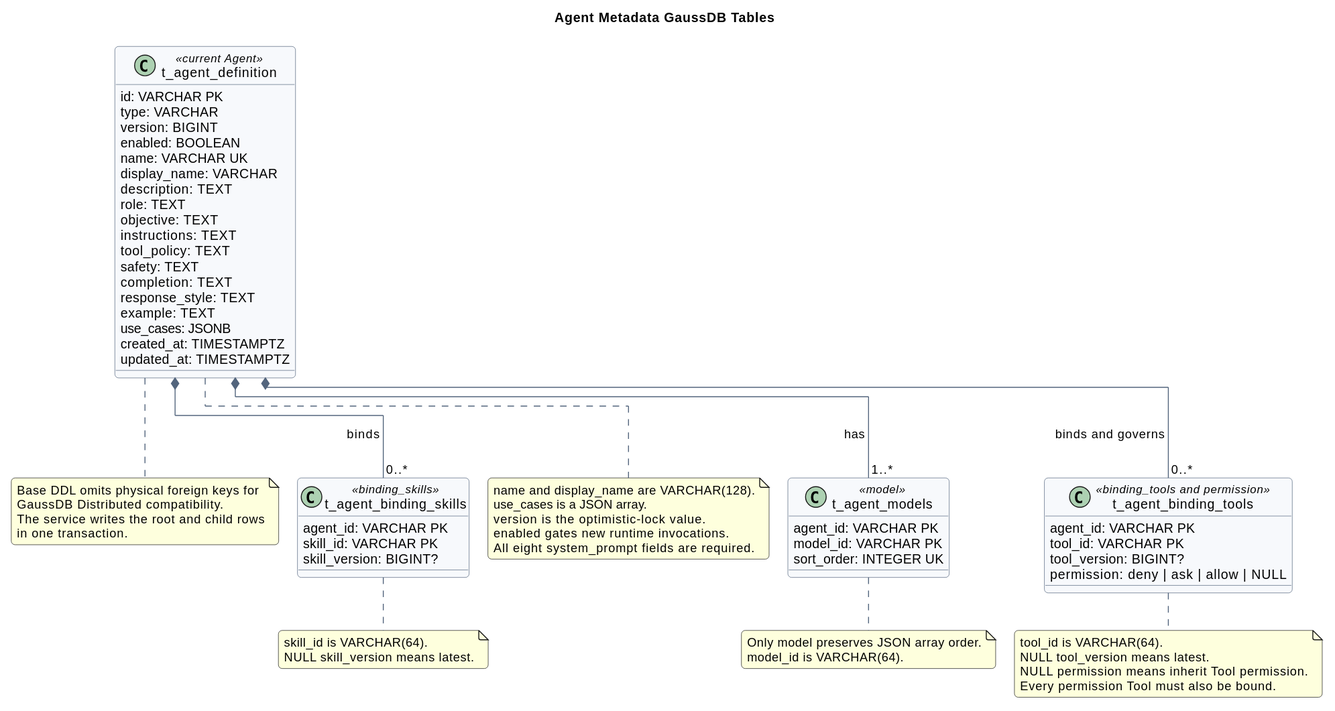
superheromeZzh/pi-mono-java-design keeps this PlantUML diagram as agent-metadata-gaussdb-design/agent_metadata_gaussdb_model.svg. Above is the earlier version.
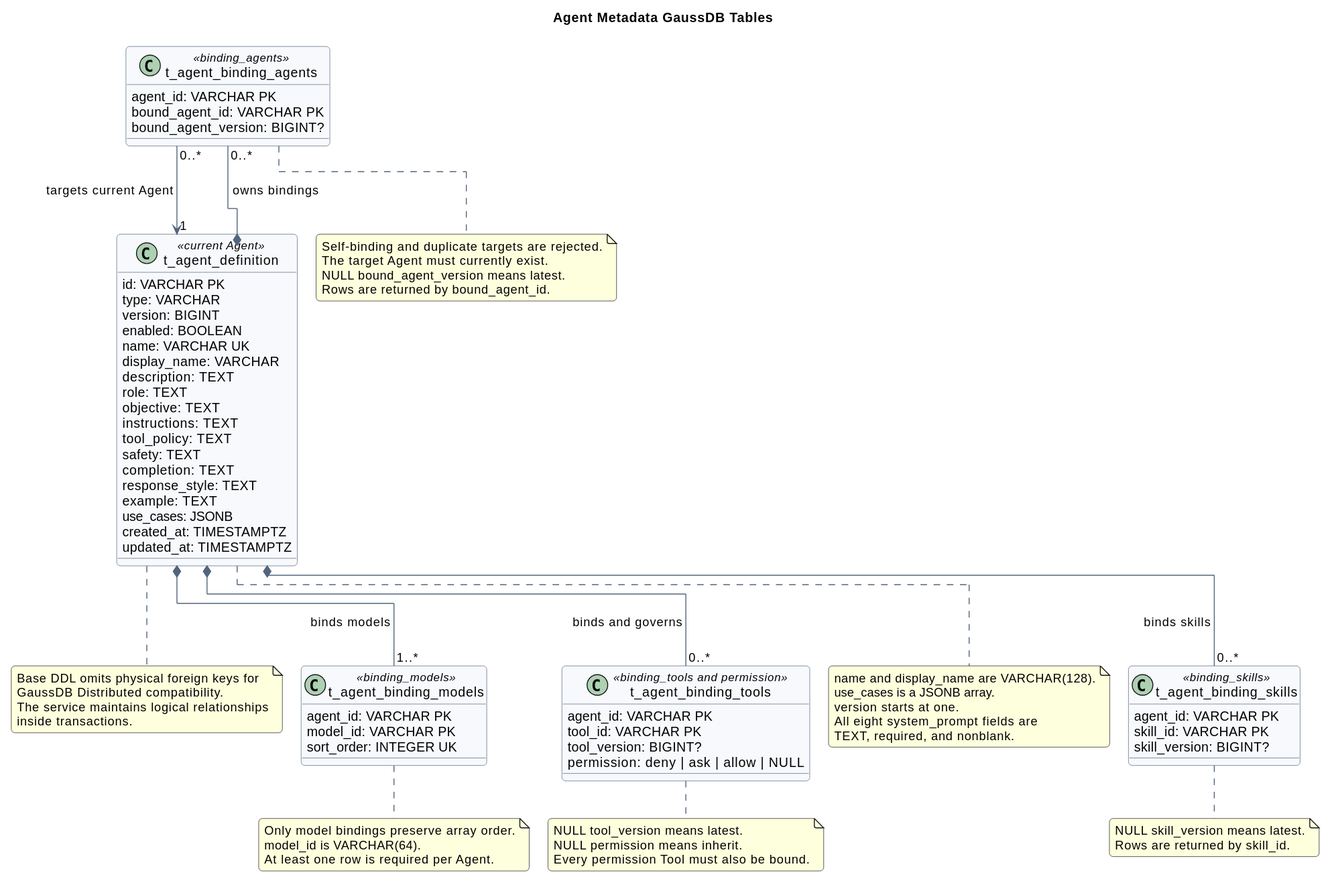
Above is the later version.

Commit message:
docs(agent): align binding metadata design

What changed in the source:
```diff
@@ -35,7 +35,7 @@
   updated_at: TIMESTAMPTZ
 }
 
-class t_agent_models <<model>> {
+class t_agent_binding_models <<binding_models>> {
   agent_id: VARCHAR PK
   model_id: VARCHAR PK
   sort_order: INTEGER UK
@@ -54,39 +54,54 @@
   skill_version: BIGINT?
 }
 
-t_agent_definition *-- "1..*" t_agent_models : has
+class t_agent_binding_agents <<binding_agents>> {
+  agent_id: VARCHAR PK
+  bound_agent_id: VARCHAR PK
+  bound_agent_version: BIGINT?
+}
+
+t_agent_definition *-- "1..*" t_agent_binding_models : binds models
 t_agent_definition *-- "0..*" t_agent_binding_tools : binds and governs
-t_agent_definition *-- "0..*" t_agent_binding_skills : binds
+t_agent_definition *-- "0..*" t_agent_binding_skills : binds skills
+t_agent_definition *-- "0..*" t_agent_binding_agents : owns bindings
+t_agent_binding_agents "0..*" --> "1" t_agent_definition : targets current Agent
 
 note right of t_agent_definition
 name and display_name are VARCHAR(128).
-use_cases is a JSON array.
-version is the optimistic-lock value.
-enabled gates new runtime invocations.
-All eight system_prompt fields are required.
+use_cases is a JSONB array.
+version starts at one.
+All eight system_prompt fields are
+TEXT, required, and nonblank.
 end note
 
-note right of t_agent_models
-Only model preserves JSON array order.
+note right of t_agent_binding_models
+Only model bindings preserve array order.
 model_id is VARCHAR(64).
+At least one row is required per Agent.
 end note
 
 note bottom of t_agent_binding_tools
-tool_id is VARCHAR(64).
 NULL tool_version means latest.
-NULL permission means inherit Tool permission.
+NULL permission means inherit.
 Every permission Tool must also be bound.
 end note
 
 note bottom of t_agent_binding_skills
-skill_id is VARCHAR(64).
 NULL skill_version means latest.
+Rows are returned by skill_id.
+end note
+
+note bottom of t_agent_binding_agents
+Self-binding and duplicate targets are rejected.
+The target Agent must currently exist.
+NULL bound_agent_version means latest.
+Rows are returned by bound_agent_id.
 end note
 
 note bottom of t_agent_definition
 Base DDL omits physical foreign keys for
 GaussDB Distributed compatibility.
-The service writes the root and child rows
-in one transaction.
+The service maintains logical relationships
+inside transactions.
 end note
 @enduml
```
